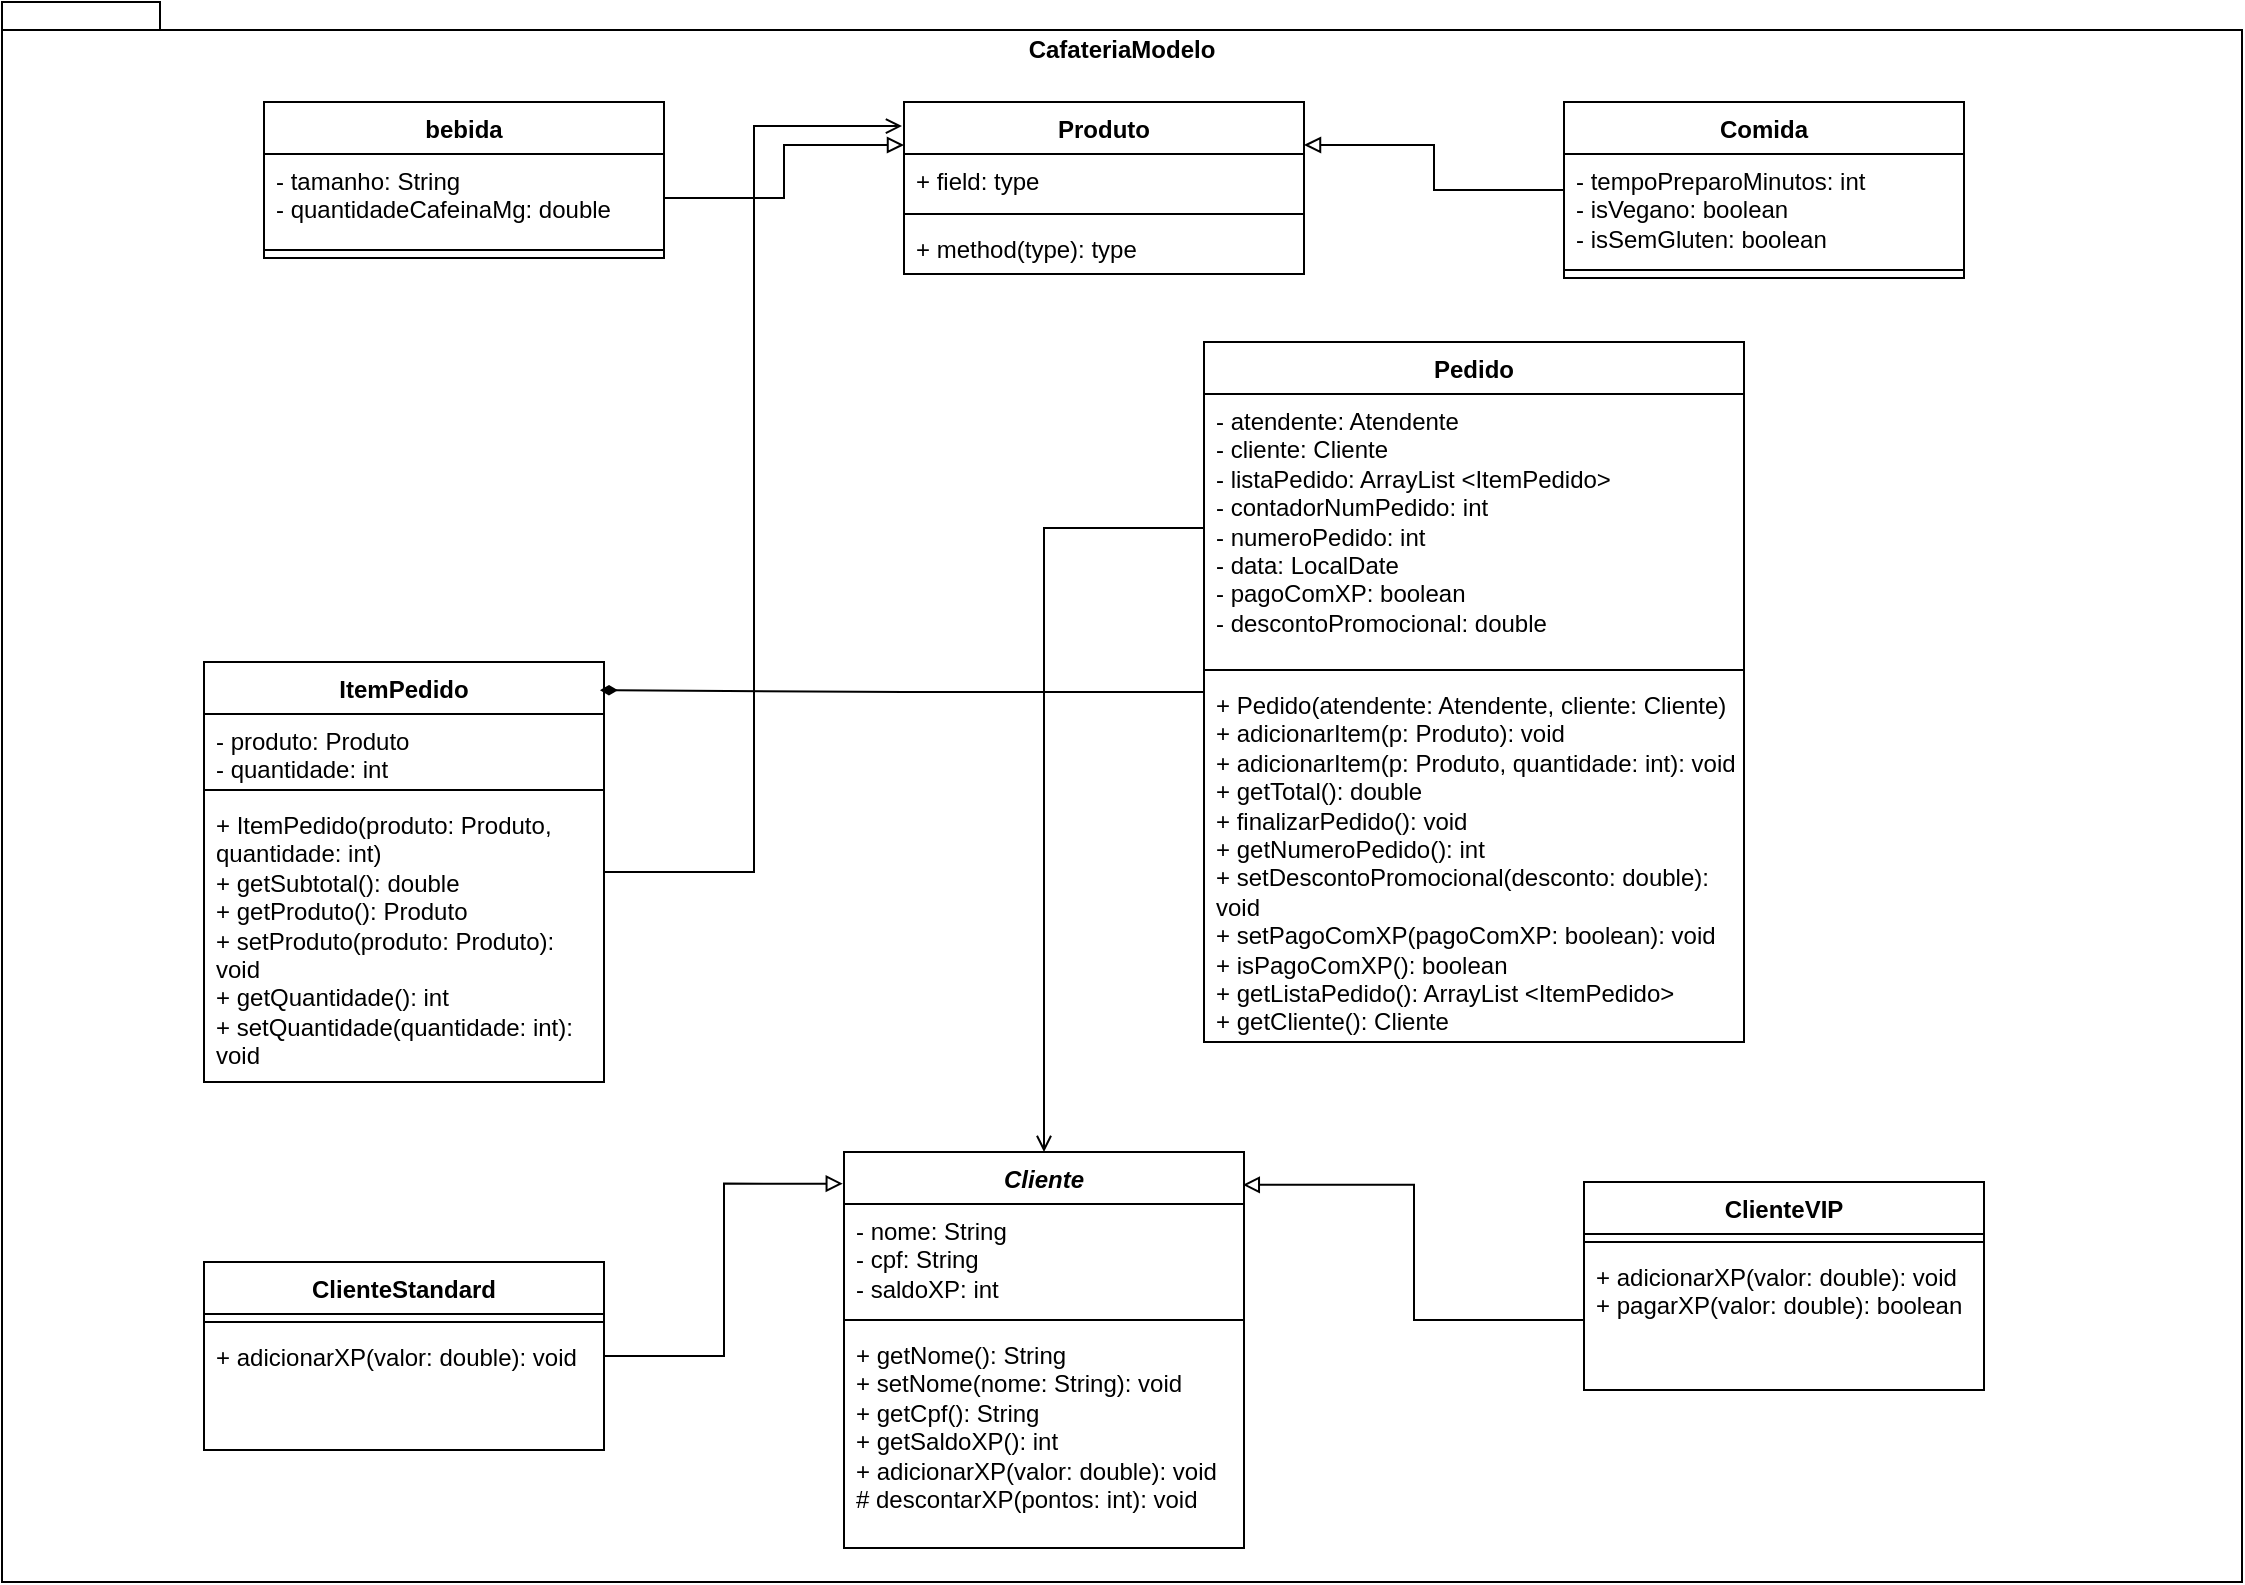
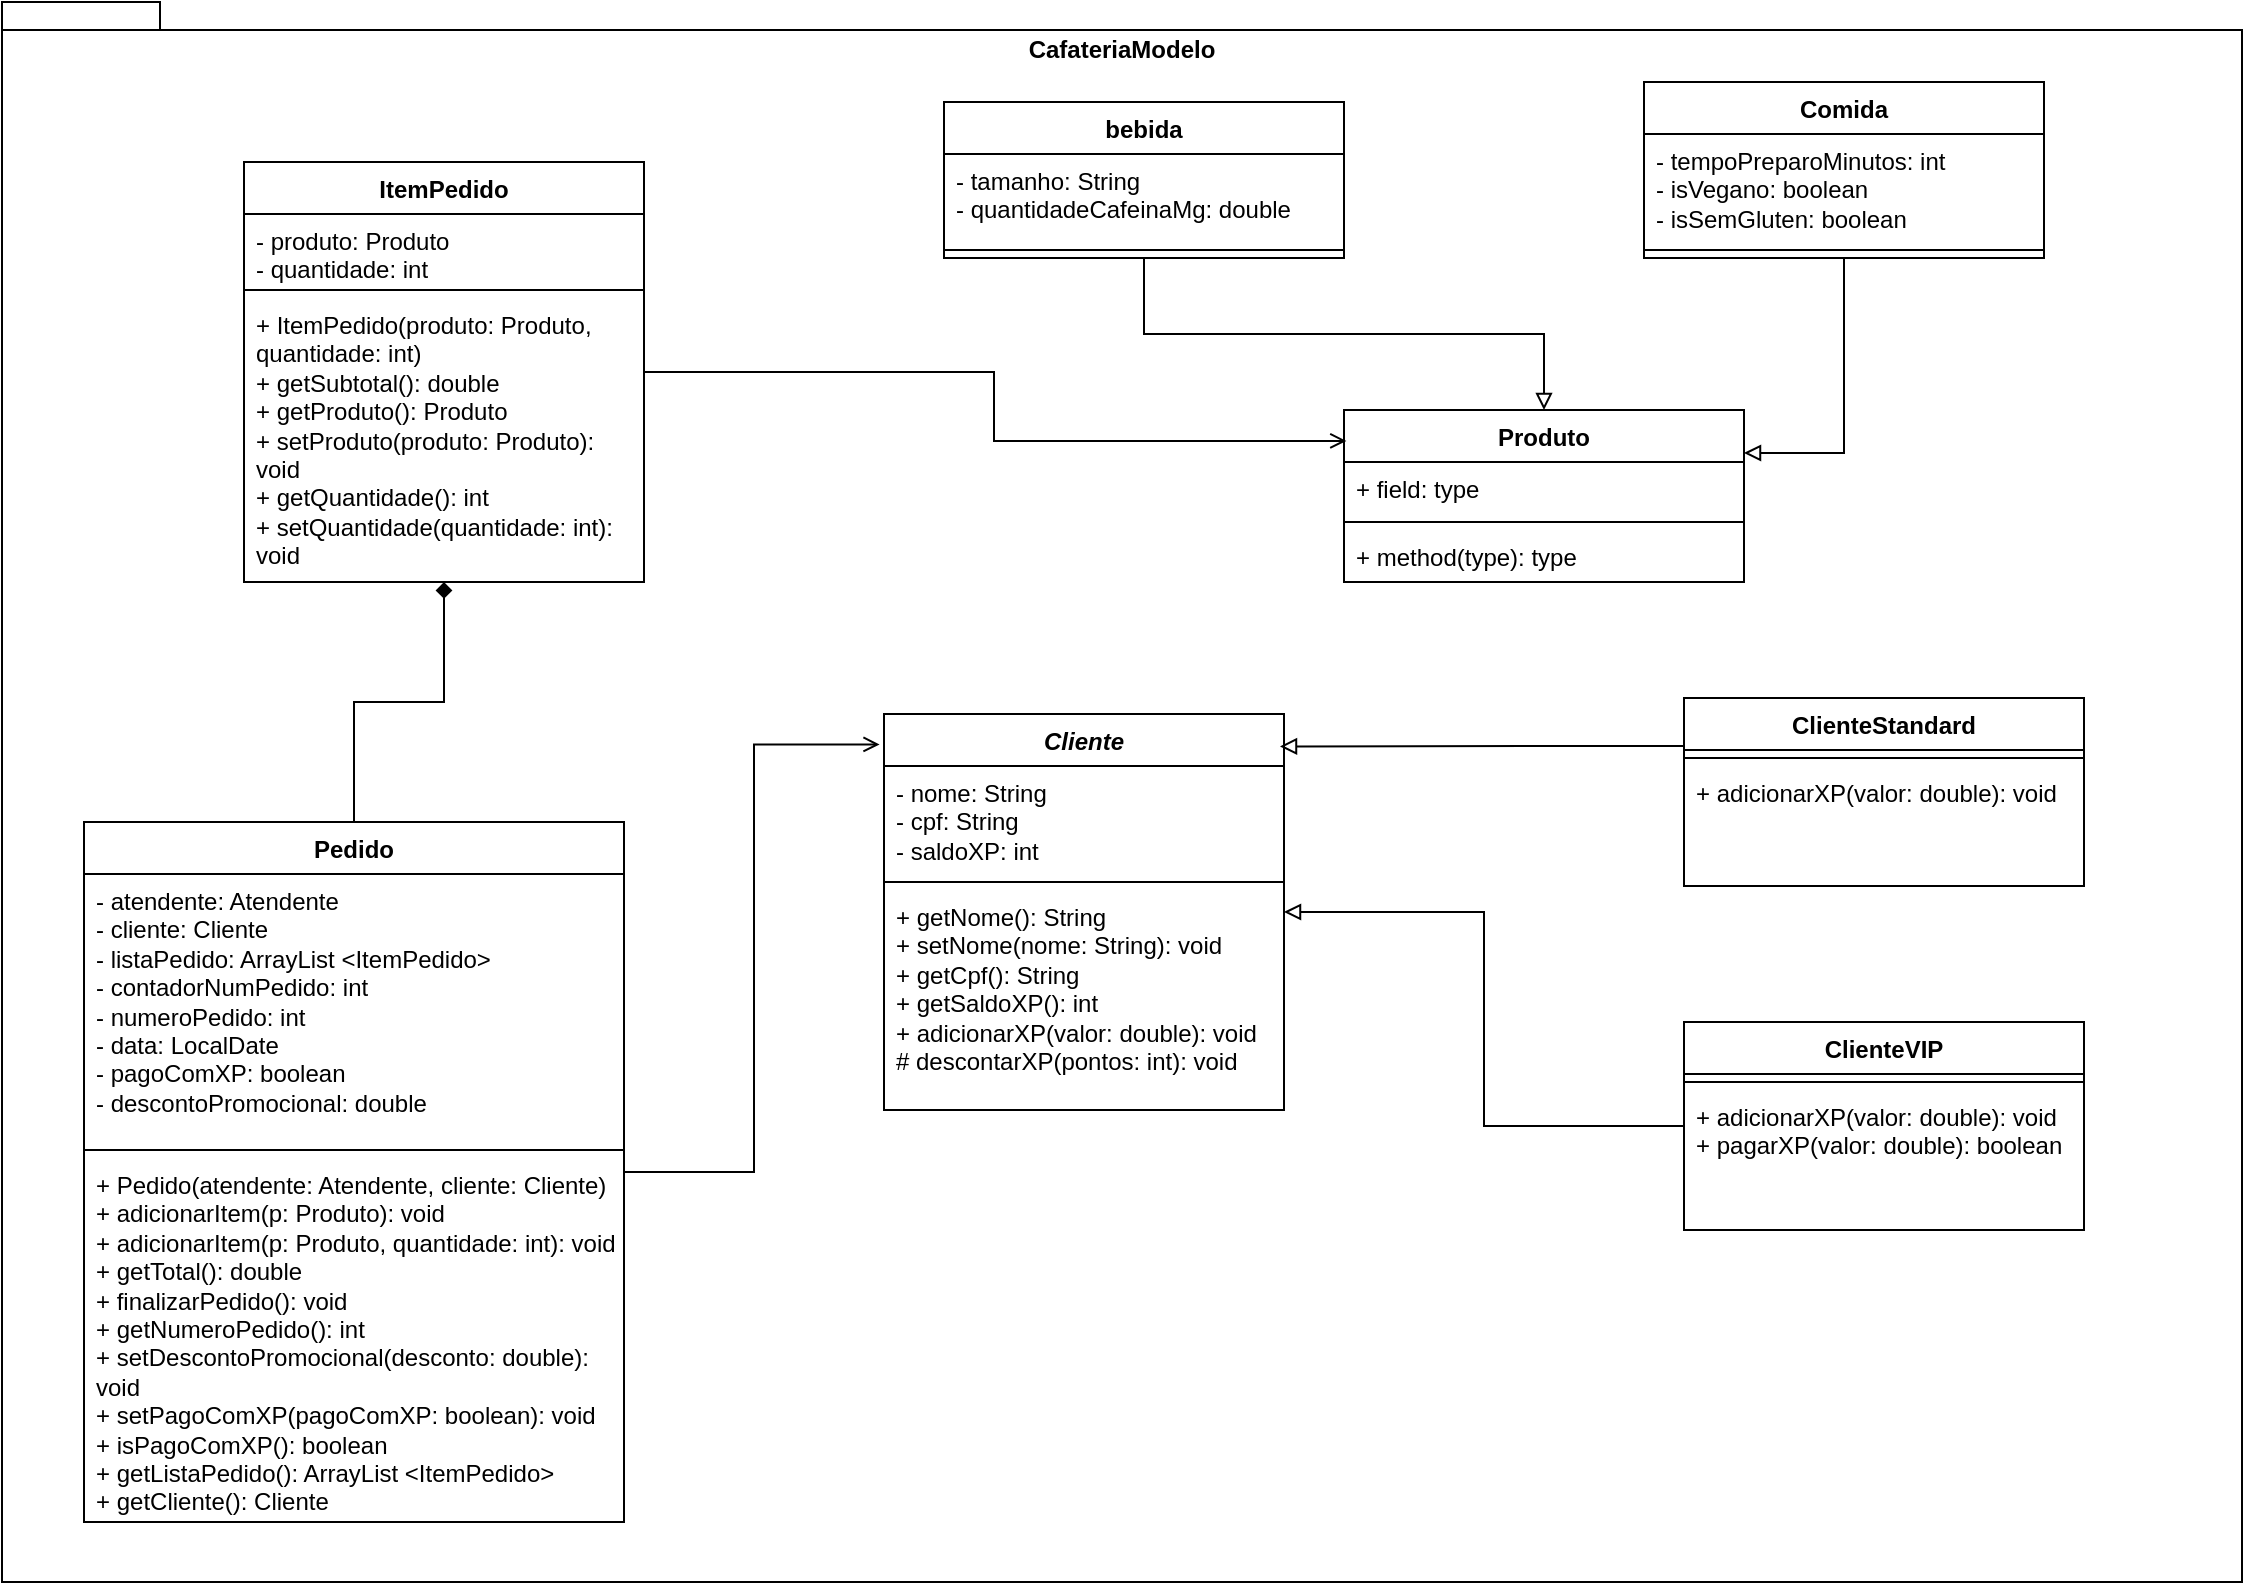
<mxfile host="app.diagrams.net" pages="2">
  <diagram name="Página-1" id="BHc6vVLz4dLHI-nkUbal">
-     <mxGraphModel dx="1204" dy="815" grid="1" gridSize="10" guides="1" tooltips="1" connect="1" arrows="1" fold="1" page="1" pageScale="1" pageWidth="1169" pageHeight="827" math="0" shadow="0">
+     <mxGraphModel dx="1416" dy="999" grid="1" gridSize="10" guides="1" tooltips="1" connect="1" arrows="1" fold="1" page="1" pageScale="1" pageWidth="1169" pageHeight="827" math="0" shadow="0">
      <root>
        <mxCell id="0" />
        <mxCell id="1" parent="0" />
        <mxCell id="-6p6wwXK9CyTQML4sC4Y-2" parent="1" style="shape=folder;fontStyle=1;spacingTop=10;tabWidth=40;tabHeight=14;tabPosition=left;html=1;whiteSpace=wrap;labelBackgroundColor=none;verticalAlign=top;" value="CafateriaModelo" vertex="1">
          <mxGeometry height="790" width="1120" x="89" y="30" as="geometry" />
        </mxCell>
        <mxCell id="-N7grIjUEaKasRwS3V5W-112" parent="1" style="swimlane;fontStyle=1;align=center;verticalAlign=top;childLayout=stackLayout;horizontal=1;startSize=26;horizontalStack=0;resizeParent=1;resizeParentMax=0;resizeLast=0;collapsible=1;marginBottom=0;whiteSpace=wrap;html=1;labelBackgroundColor=none;" value="&lt;i&gt;Cliente&lt;/i&gt;" vertex="1">
-           <mxGeometry height="198" width="200" x="510" y="605" as="geometry" />
+           <mxGeometry height="198" width="200" x="530" y="386" as="geometry" />
        </mxCell>
        <mxCell id="-N7grIjUEaKasRwS3V5W-113" parent="-N7grIjUEaKasRwS3V5W-112" style="text;strokeColor=none;fillColor=none;align=left;verticalAlign=top;spacingLeft=4;spacingRight=4;overflow=hidden;rotatable=0;points=[[0,0.5],[1,0.5]];portConstraint=eastwest;whiteSpace=wrap;html=1;labelBackgroundColor=none;" value="&lt;div&gt;- nome: String&lt;/div&gt;&lt;div&gt;- cpf: String&lt;/div&gt;&lt;div&gt;- saldoXP: int&lt;/div&gt;" vertex="1">
          <mxGeometry height="54" width="200" y="26" as="geometry" />
        </mxCell>
        <mxCell id="-N7grIjUEaKasRwS3V5W-114" parent="-N7grIjUEaKasRwS3V5W-112" style="line;strokeWidth=1;fillColor=none;align=left;verticalAlign=middle;spacingTop=-1;spacingLeft=3;spacingRight=3;rotatable=0;labelPosition=right;points=[];portConstraint=eastwest;labelBackgroundColor=none;" value="" vertex="1">
          <mxGeometry height="8" width="200" y="80" as="geometry" />
        </mxCell>
        <mxCell id="-N7grIjUEaKasRwS3V5W-115" parent="-N7grIjUEaKasRwS3V5W-112" style="text;strokeColor=none;fillColor=none;align=left;verticalAlign=top;spacingLeft=4;spacingRight=4;overflow=hidden;rotatable=0;points=[[0,0.5],[1,0.5]];portConstraint=eastwest;whiteSpace=wrap;html=1;labelBackgroundColor=none;" value="&lt;div&gt;+ getNome(): String&lt;/div&gt;&lt;div&gt;+ setNome(nome: String): void&lt;/div&gt;&lt;div&gt;+ getCpf(): String&lt;/div&gt;&lt;div&gt;+ getSaldoXP(): int&lt;/div&gt;&lt;div&gt;+ adicionarXP(valor: double): void&lt;/div&gt;&lt;div&gt;# descontarXP(pontos: int): void&lt;/div&gt;" vertex="1">
          <mxGeometry height="110" width="200" y="88" as="geometry" />
        </mxCell>
        <mxCell id="-N7grIjUEaKasRwS3V5W-117" parent="1" style="swimlane;fontStyle=1;align=center;verticalAlign=top;childLayout=stackLayout;horizontal=1;startSize=26;horizontalStack=0;resizeParent=1;resizeParentMax=0;resizeLast=0;collapsible=1;marginBottom=0;whiteSpace=wrap;html=1;labelBackgroundColor=none;" value="ClienteStandard" vertex="1">
-           <mxGeometry height="94" width="200" x="190" y="660" as="geometry" />
+           <mxGeometry height="94" width="200" x="930" y="378" as="geometry" />
        </mxCell>
        <mxCell id="-N7grIjUEaKasRwS3V5W-119" parent="-N7grIjUEaKasRwS3V5W-117" style="line;strokeWidth=1;fillColor=none;align=left;verticalAlign=middle;spacingTop=-1;spacingLeft=3;spacingRight=3;rotatable=0;labelPosition=right;points=[];portConstraint=eastwest;labelBackgroundColor=none;" value="" vertex="1">
          <mxGeometry height="8" width="200" y="26" as="geometry" />
        </mxCell>
        <mxCell id="-N7grIjUEaKasRwS3V5W-120" parent="-N7grIjUEaKasRwS3V5W-117" style="text;strokeColor=none;fillColor=none;align=left;verticalAlign=top;spacingLeft=4;spacingRight=4;overflow=hidden;rotatable=0;points=[[0,0.5],[1,0.5]];portConstraint=eastwest;whiteSpace=wrap;html=1;labelBackgroundColor=none;" value="+ adicionarXP(valor: double): void" vertex="1">
          <mxGeometry height="60" width="200" y="34" as="geometry" />
        </mxCell>
        <mxCell id="-N7grIjUEaKasRwS3V5W-121" parent="1" style="swimlane;fontStyle=1;align=center;verticalAlign=top;childLayout=stackLayout;horizontal=1;startSize=26;horizontalStack=0;resizeParent=1;resizeParentMax=0;resizeLast=0;collapsible=1;marginBottom=0;whiteSpace=wrap;html=1;labelBackgroundColor=none;" value="ItemPedido" vertex="1">
-           <mxGeometry height="210" width="200" x="190" y="360" as="geometry" />
+           <mxGeometry height="210" width="200" x="210" y="110" as="geometry" />
        </mxCell>
        <mxCell id="-N7grIjUEaKasRwS3V5W-122" parent="-N7grIjUEaKasRwS3V5W-121" style="text;strokeColor=none;fillColor=none;align=left;verticalAlign=top;spacingLeft=4;spacingRight=4;overflow=hidden;rotatable=0;points=[[0,0.5],[1,0.5]];portConstraint=eastwest;whiteSpace=wrap;html=1;labelBackgroundColor=none;" value="&lt;div&gt;- produto: Produto&lt;/div&gt;&lt;div&gt;- quantidade: int&lt;/div&gt;" vertex="1">
          <mxGeometry height="34" width="200" y="26" as="geometry" />
        </mxCell>
        <mxCell id="-N7grIjUEaKasRwS3V5W-123" parent="-N7grIjUEaKasRwS3V5W-121" style="line;strokeWidth=1;fillColor=none;align=left;verticalAlign=middle;spacingTop=-1;spacingLeft=3;spacingRight=3;rotatable=0;labelPosition=right;points=[];portConstraint=eastwest;labelBackgroundColor=none;" value="" vertex="1">
          <mxGeometry height="8" width="200" y="60" as="geometry" />
        </mxCell>
        <mxCell id="-N7grIjUEaKasRwS3V5W-124" parent="-N7grIjUEaKasRwS3V5W-121" style="text;strokeColor=none;fillColor=none;align=left;verticalAlign=top;spacingLeft=4;spacingRight=4;overflow=hidden;rotatable=0;points=[[0,0.5],[1,0.5]];portConstraint=eastwest;whiteSpace=wrap;html=1;labelBackgroundColor=none;" value="&lt;div&gt;+ ItemPedido(produto: Produto, quantidade: int)&lt;/div&gt;&lt;div&gt;+ getSubtotal(): double&lt;/div&gt;&lt;div&gt;+ getProduto(): Produto&lt;/div&gt;&lt;div&gt;+ setProduto(produto: Produto): void&lt;/div&gt;&lt;div&gt;+ getQuantidade(): int&lt;/div&gt;&lt;div&gt;+ setQuantidade(quantidade: int): void&lt;/div&gt;" vertex="1">
          <mxGeometry height="142" width="200" y="68" as="geometry" />
        </mxCell>
+         <mxCell id="_GvanaEbI6E6WvVkPF4k-8" edge="1" parent="1" source="-N7grIjUEaKasRwS3V5W-125" style="edgeStyle=orthogonalEdgeStyle;rounded=0;orthogonalLoop=1;jettySize=auto;html=1;endArrow=diamond;endFill=1;" target="-N7grIjUEaKasRwS3V5W-121">
+           <mxGeometry relative="1" as="geometry" />
+         </mxCell>
        <mxCell id="-N7grIjUEaKasRwS3V5W-125" parent="1" style="swimlane;fontStyle=1;align=center;verticalAlign=top;childLayout=stackLayout;horizontal=1;startSize=26;horizontalStack=0;resizeParent=1;resizeParentMax=0;resizeLast=0;collapsible=1;marginBottom=0;whiteSpace=wrap;html=1;labelBackgroundColor=none;" value="Pedido" vertex="1">
-           <mxGeometry height="350" width="270" x="690" y="200" as="geometry" />
+           <mxGeometry height="350" width="270" x="130" y="440" as="geometry" />
        </mxCell>
        <mxCell id="-N7grIjUEaKasRwS3V5W-126" parent="-N7grIjUEaKasRwS3V5W-125" style="text;strokeColor=none;fillColor=none;align=left;verticalAlign=top;spacingLeft=4;spacingRight=4;overflow=hidden;rotatable=0;points=[[0,0.5],[1,0.5]];portConstraint=eastwest;whiteSpace=wrap;html=1;labelBackgroundColor=none;" value="&lt;div&gt;&lt;div&gt;- atendente: Atendente&lt;/div&gt;&lt;div&gt;- cliente: Cliente&lt;/div&gt;&lt;div&gt;- listaPedido: ArrayList &amp;lt;ItemPedido&amp;gt;&lt;/div&gt;&lt;div&gt;- contadorNumPedido: int&lt;/div&gt;&lt;div&gt;- numeroPedido: int&lt;/div&gt;&lt;div&gt;- data: LocalDate&lt;/div&gt;&lt;div&gt;- pagoComXP: boolean&lt;/div&gt;&lt;div&gt;- descontoPromocional: double&lt;/div&gt;&lt;/div&gt;" vertex="1">
          <mxGeometry height="134" width="270" y="26" as="geometry" />
        </mxCell>
        <mxCell id="-N7grIjUEaKasRwS3V5W-127" parent="-N7grIjUEaKasRwS3V5W-125" style="line;strokeWidth=1;fillColor=none;align=left;verticalAlign=middle;spacingTop=-1;spacingLeft=3;spacingRight=3;rotatable=0;labelPosition=right;points=[];portConstraint=eastwest;labelBackgroundColor=none;" value="" vertex="1">
          <mxGeometry height="8" width="270" y="160" as="geometry" />
        </mxCell>
        <mxCell id="-N7grIjUEaKasRwS3V5W-128" parent="-N7grIjUEaKasRwS3V5W-125" style="text;strokeColor=none;fillColor=none;align=left;verticalAlign=top;spacingLeft=4;spacingRight=4;overflow=hidden;rotatable=0;points=[[0,0.5],[1,0.5]];portConstraint=eastwest;whiteSpace=wrap;html=1;labelBackgroundColor=none;" value="&lt;div&gt;+ Pedido(atendente: Atendente, cliente: Cliente)&lt;/div&gt;&lt;div&gt;+ adicionarItem(p: Produto): void&lt;/div&gt;&lt;div&gt;+ adicionarItem(p: Produto, quantidade: int): void&lt;/div&gt;&lt;div&gt;+ getTotal(): double&lt;/div&gt;&lt;div&gt;+ finalizarPedido(): void&lt;/div&gt;&lt;div&gt;+ getNumeroPedido(): int&lt;/div&gt;&lt;div&gt;+ setDescontoPromocional(desconto: double): void&lt;/div&gt;&lt;div&gt;+ setPagoComXP(pagoComXP: boolean): void&lt;/div&gt;&lt;div&gt;+ isPagoComXP(): boolean&lt;/div&gt;&lt;div&gt;+ getListaPedido(): ArrayList &amp;lt;ItemPedido&amp;gt;&lt;/div&gt;&lt;div&gt;+ getCliente(): Cliente&lt;/div&gt;" vertex="1">
          <mxGeometry height="182" width="270" y="168" as="geometry" />
        </mxCell>
+         <mxCell id="_GvanaEbI6E6WvVkPF4k-16" edge="1" parent="1" source="-N7grIjUEaKasRwS3V5W-129" style="edgeStyle=orthogonalEdgeStyle;rounded=0;orthogonalLoop=1;jettySize=auto;html=1;endArrow=block;endFill=0;" target="-N7grIjUEaKasRwS3V5W-133">
+           <mxGeometry relative="1" as="geometry" />
+         </mxCell>
        <mxCell id="-N7grIjUEaKasRwS3V5W-129" parent="1" style="swimlane;fontStyle=1;align=center;verticalAlign=top;childLayout=stackLayout;horizontal=1;startSize=26;horizontalStack=0;resizeParent=1;resizeParentMax=0;resizeLast=0;collapsible=1;marginBottom=0;whiteSpace=wrap;html=1;labelBackgroundColor=none;" value="bebida" vertex="1">
-           <mxGeometry height="78" width="200" x="220" y="80" as="geometry" />
+           <mxGeometry height="78" width="200" x="560" y="80" as="geometry" />
        </mxCell>
        <mxCell id="-N7grIjUEaKasRwS3V5W-130" parent="-N7grIjUEaKasRwS3V5W-129" style="text;strokeColor=none;fillColor=none;align=left;verticalAlign=top;spacingLeft=4;spacingRight=4;overflow=hidden;rotatable=0;points=[[0,0.5],[1,0.5]];portConstraint=eastwest;whiteSpace=wrap;html=1;labelBackgroundColor=none;" value="&lt;div&gt;- tamanho: String&amp;nbsp;&lt;/div&gt;&lt;div&gt;- quantidadeCafeinaMg: double&amp;nbsp;&lt;/div&gt;" vertex="1">
          <mxGeometry height="44" width="200" y="26" as="geometry" />
        </mxCell>
        <mxCell id="-N7grIjUEaKasRwS3V5W-131" parent="-N7grIjUEaKasRwS3V5W-129" style="line;strokeWidth=1;fillColor=none;align=left;verticalAlign=middle;spacingTop=-1;spacingLeft=3;spacingRight=3;rotatable=0;labelPosition=right;points=[];portConstraint=eastwest;labelBackgroundColor=none;" value="" vertex="1">
          <mxGeometry height="8" width="200" y="70" as="geometry" />
        </mxCell>
        <mxCell id="-N7grIjUEaKasRwS3V5W-133" parent="1" style="swimlane;fontStyle=1;align=center;verticalAlign=top;childLayout=stackLayout;horizontal=1;startSize=26;horizontalStack=0;resizeParent=1;resizeParentMax=0;resizeLast=0;collapsible=1;marginBottom=0;whiteSpace=wrap;html=1;labelBackgroundColor=none;" value="Produto" vertex="1">
-           <mxGeometry height="86" width="200" x="540" y="80" as="geometry" />
+           <mxGeometry height="86" width="200" x="760" y="234" as="geometry" />
        </mxCell>
        <mxCell id="-N7grIjUEaKasRwS3V5W-134" parent="-N7grIjUEaKasRwS3V5W-133" style="text;strokeColor=none;fillColor=none;align=left;verticalAlign=top;spacingLeft=4;spacingRight=4;overflow=hidden;rotatable=0;points=[[0,0.5],[1,0.5]];portConstraint=eastwest;whiteSpace=wrap;html=1;labelBackgroundColor=none;" value="+ field: type" vertex="1">
          <mxGeometry height="26" width="200" y="26" as="geometry" />
        </mxCell>
        <mxCell id="-N7grIjUEaKasRwS3V5W-135" parent="-N7grIjUEaKasRwS3V5W-133" style="line;strokeWidth=1;fillColor=none;align=left;verticalAlign=middle;spacingTop=-1;spacingLeft=3;spacingRight=3;rotatable=0;labelPosition=right;points=[];portConstraint=eastwest;labelBackgroundColor=none;" value="" vertex="1">
          <mxGeometry height="8" width="200" y="52" as="geometry" />
        </mxCell>
        <mxCell id="-N7grIjUEaKasRwS3V5W-136" parent="-N7grIjUEaKasRwS3V5W-133" style="text;strokeColor=none;fillColor=none;align=left;verticalAlign=top;spacingLeft=4;spacingRight=4;overflow=hidden;rotatable=0;points=[[0,0.5],[1,0.5]];portConstraint=eastwest;whiteSpace=wrap;html=1;labelBackgroundColor=none;" value="+ method(type): type" vertex="1">
          <mxGeometry height="26" width="200" y="60" as="geometry" />
        </mxCell>
-         <mxCell id="-N7grIjUEaKasRwS3V5W-145" edge="1" parent="1" source="-N7grIjUEaKasRwS3V5W-137" style="edgeStyle=orthogonalEdgeStyle;rounded=0;orthogonalLoop=1;jettySize=auto;html=1;entryX=1;entryY=0.25;entryDx=0;entryDy=0;endArrow=block;endFill=0;labelBackgroundColor=none;fontColor=default;" target="-N7grIjUEaKasRwS3V5W-133">
-           <mxGeometry relative="1" as="geometry" />
-         </mxCell>
        <mxCell id="-N7grIjUEaKasRwS3V5W-137" parent="1" style="swimlane;fontStyle=1;align=center;verticalAlign=top;childLayout=stackLayout;horizontal=1;startSize=26;horizontalStack=0;resizeParent=1;resizeParentMax=0;resizeLast=0;collapsible=1;marginBottom=0;whiteSpace=wrap;html=1;labelBackgroundColor=none;" value="Comida" vertex="1">
-           <mxGeometry height="88" width="200" x="870" y="80" as="geometry" />
+           <mxGeometry height="88" width="200" x="910" y="70" as="geometry" />
        </mxCell>
        <mxCell id="-N7grIjUEaKasRwS3V5W-138" parent="-N7grIjUEaKasRwS3V5W-137" style="text;strokeColor=none;fillColor=none;align=left;verticalAlign=top;spacingLeft=4;spacingRight=4;overflow=hidden;rotatable=0;points=[[0,0.5],[1,0.5]];portConstraint=eastwest;whiteSpace=wrap;html=1;labelBackgroundColor=none;" value="&lt;div&gt;- tempoPreparoMinutos: int&amp;nbsp;&lt;/div&gt;&lt;div&gt;- isVegano: boolean&lt;/div&gt;&lt;div&gt;- isSemGluten: boolean&lt;/div&gt;" vertex="1">
          <mxGeometry height="54" width="200" y="26" as="geometry" />
        </mxCell>
        <mxCell id="-N7grIjUEaKasRwS3V5W-139" parent="-N7grIjUEaKasRwS3V5W-137" style="line;strokeWidth=1;fillColor=none;align=left;verticalAlign=middle;spacingTop=-1;spacingLeft=3;spacingRight=3;rotatable=0;labelPosition=right;points=[];portConstraint=eastwest;labelBackgroundColor=none;" value="" vertex="1">
          <mxGeometry height="8" width="200" y="80" as="geometry" />
        </mxCell>
+         <mxCell id="_GvanaEbI6E6WvVkPF4k-10" edge="1" parent="1" source="-N7grIjUEaKasRwS3V5W-141" style="edgeStyle=orthogonalEdgeStyle;rounded=0;orthogonalLoop=1;jettySize=auto;html=1;endArrow=block;endFill=0;" target="-N7grIjUEaKasRwS3V5W-112">
+           <mxGeometry relative="1" as="geometry" />
+         </mxCell>
        <mxCell id="-N7grIjUEaKasRwS3V5W-141" parent="1" style="swimlane;fontStyle=1;align=center;verticalAlign=top;childLayout=stackLayout;horizontal=1;startSize=26;horizontalStack=0;resizeParent=1;resizeParentMax=0;resizeLast=0;collapsible=1;marginBottom=0;whiteSpace=wrap;html=1;labelBackgroundColor=none;" value="ClienteVIP" vertex="1">
-           <mxGeometry height="104" width="200" x="880" y="620" as="geometry" />
+           <mxGeometry height="104" width="200" x="930" y="540" as="geometry" />
        </mxCell>
        <mxCell id="-N7grIjUEaKasRwS3V5W-143" parent="-N7grIjUEaKasRwS3V5W-141" style="line;strokeWidth=1;fillColor=none;align=left;verticalAlign=middle;spacingTop=-1;spacingLeft=3;spacingRight=3;rotatable=0;labelPosition=right;points=[];portConstraint=eastwest;labelBackgroundColor=none;" value="" vertex="1">
          <mxGeometry height="8" width="200" y="26" as="geometry" />
        </mxCell>
        <mxCell id="-N7grIjUEaKasRwS3V5W-144" parent="-N7grIjUEaKasRwS3V5W-141" style="text;strokeColor=none;fillColor=none;align=left;verticalAlign=top;spacingLeft=4;spacingRight=4;overflow=hidden;rotatable=0;points=[[0,0.5],[1,0.5]];portConstraint=eastwest;whiteSpace=wrap;html=1;labelBackgroundColor=none;" value="&lt;div&gt;+ adicionarXP(valor: double): void&lt;/div&gt;&lt;div&gt;+ pagarXP(valor: double): boolean&lt;/div&gt;" vertex="1">
          <mxGeometry height="70" width="200" y="34" as="geometry" />
        </mxCell>
-         <mxCell id="-N7grIjUEaKasRwS3V5W-146" edge="1" parent="1" source="-N7grIjUEaKasRwS3V5W-130" style="edgeStyle=orthogonalEdgeStyle;rounded=0;orthogonalLoop=1;jettySize=auto;html=1;entryX=0;entryY=0.25;entryDx=0;entryDy=0;endArrow=block;endFill=0;labelBackgroundColor=none;fontColor=default;" target="-N7grIjUEaKasRwS3V5W-133">
+         <mxCell id="_GvanaEbI6E6WvVkPF4k-9" edge="1" parent="1" source="-N7grIjUEaKasRwS3V5W-117" style="edgeStyle=orthogonalEdgeStyle;rounded=0;orthogonalLoop=1;jettySize=auto;html=1;entryX=0.99;entryY=0.082;entryDx=0;entryDy=0;entryPerimeter=0;endArrow=block;endFill=0;" target="-N7grIjUEaKasRwS3V5W-112">
+           <mxGeometry relative="1" as="geometry">
+             <Array as="points">
+               <mxPoint x="880" y="402" />
+               <mxPoint x="880" y="402" />
+             </Array>
+           </mxGeometry>
+         </mxCell>
+         <mxCell id="_GvanaEbI6E6WvVkPF4k-14" edge="1" parent="1" source="-N7grIjUEaKasRwS3V5W-125" style="edgeStyle=orthogonalEdgeStyle;rounded=0;orthogonalLoop=1;jettySize=auto;html=1;entryX=-0.011;entryY=0.077;entryDx=0;entryDy=0;entryPerimeter=0;endArrow=open;endFill=0;" target="-N7grIjUEaKasRwS3V5W-112">
          <mxGeometry relative="1" as="geometry" />
        </mxCell>
-         <mxCell id="_GvanaEbI6E6WvVkPF4k-1" edge="1" parent="1" source="-N7grIjUEaKasRwS3V5W-144" style="edgeStyle=orthogonalEdgeStyle;rounded=0;orthogonalLoop=1;jettySize=auto;html=1;entryX=0.997;entryY=0.083;entryDx=0;entryDy=0;entryPerimeter=0;endArrow=block;endFill=0;" target="-N7grIjUEaKasRwS3V5W-112">
+         <mxCell id="_GvanaEbI6E6WvVkPF4k-15" edge="1" parent="1" source="-N7grIjUEaKasRwS3V5W-121" style="edgeStyle=orthogonalEdgeStyle;rounded=0;orthogonalLoop=1;jettySize=auto;html=1;entryX=0.006;entryY=0.18;entryDx=0;entryDy=0;entryPerimeter=0;endArrow=open;endFill=0;" target="-N7grIjUEaKasRwS3V5W-133">
          <mxGeometry relative="1" as="geometry" />
        </mxCell>
-         <mxCell id="_GvanaEbI6E6WvVkPF4k-2" edge="1" parent="1" source="-N7grIjUEaKasRwS3V5W-117" style="edgeStyle=orthogonalEdgeStyle;rounded=0;orthogonalLoop=1;jettySize=auto;html=1;entryX=-0.003;entryY=0.08;entryDx=0;entryDy=0;entryPerimeter=0;endArrow=block;endFill=0;" target="-N7grIjUEaKasRwS3V5W-112">
-           <mxGeometry relative="1" as="geometry" />
-         </mxCell>
-         <mxCell id="_GvanaEbI6E6WvVkPF4k-3" edge="1" parent="1" source="-N7grIjUEaKasRwS3V5W-121" style="edgeStyle=orthogonalEdgeStyle;rounded=0;orthogonalLoop=1;jettySize=auto;html=1;entryX=-0.005;entryY=0.14;entryDx=0;entryDy=0;entryPerimeter=0;endArrow=open;endFill=0;" target="-N7grIjUEaKasRwS3V5W-133">
-           <mxGeometry relative="1" as="geometry" />
-         </mxCell>
-         <mxCell id="_GvanaEbI6E6WvVkPF4k-5" edge="1" parent="1" source="-N7grIjUEaKasRwS3V5W-125" style="edgeStyle=orthogonalEdgeStyle;rounded=0;orthogonalLoop=1;jettySize=auto;html=1;entryX=0.99;entryY=0.067;entryDx=0;entryDy=0;entryPerimeter=0;endArrow=diamondThin;endFill=1;" target="-N7grIjUEaKasRwS3V5W-121">
-           <mxGeometry relative="1" as="geometry" />
-         </mxCell>
-         <mxCell id="_GvanaEbI6E6WvVkPF4k-7" edge="1" parent="1" source="-N7grIjUEaKasRwS3V5W-126" style="edgeStyle=orthogonalEdgeStyle;rounded=0;orthogonalLoop=1;jettySize=auto;html=1;endArrow=open;endFill=0;" target="-N7grIjUEaKasRwS3V5W-112">
+         <mxCell id="_GvanaEbI6E6WvVkPF4k-17" edge="1" parent="1" source="-N7grIjUEaKasRwS3V5W-137" style="edgeStyle=orthogonalEdgeStyle;rounded=0;orthogonalLoop=1;jettySize=auto;html=1;entryX=1;entryY=0.25;entryDx=0;entryDy=0;endArrow=block;endFill=0;" target="-N7grIjUEaKasRwS3V5W-133">
          <mxGeometry relative="1" as="geometry" />
        </mxCell>
      </root>
    </mxGraphModel>
  </diagram>
  <diagram id="3gOUqipN2WkExCGkTTpj" name="Página-2">
    <mxGraphModel dx="1435" dy="815" grid="1" gridSize="10" guides="1" tooltips="1" connect="1" arrows="1" fold="1" page="1" pageScale="1" pageWidth="1169" pageHeight="827" math="0" shadow="0">
      <root>
        <mxCell id="0" />
        <mxCell id="1" parent="0" />
      </root>
    </mxGraphModel>
  </diagram>
</mxfile>
